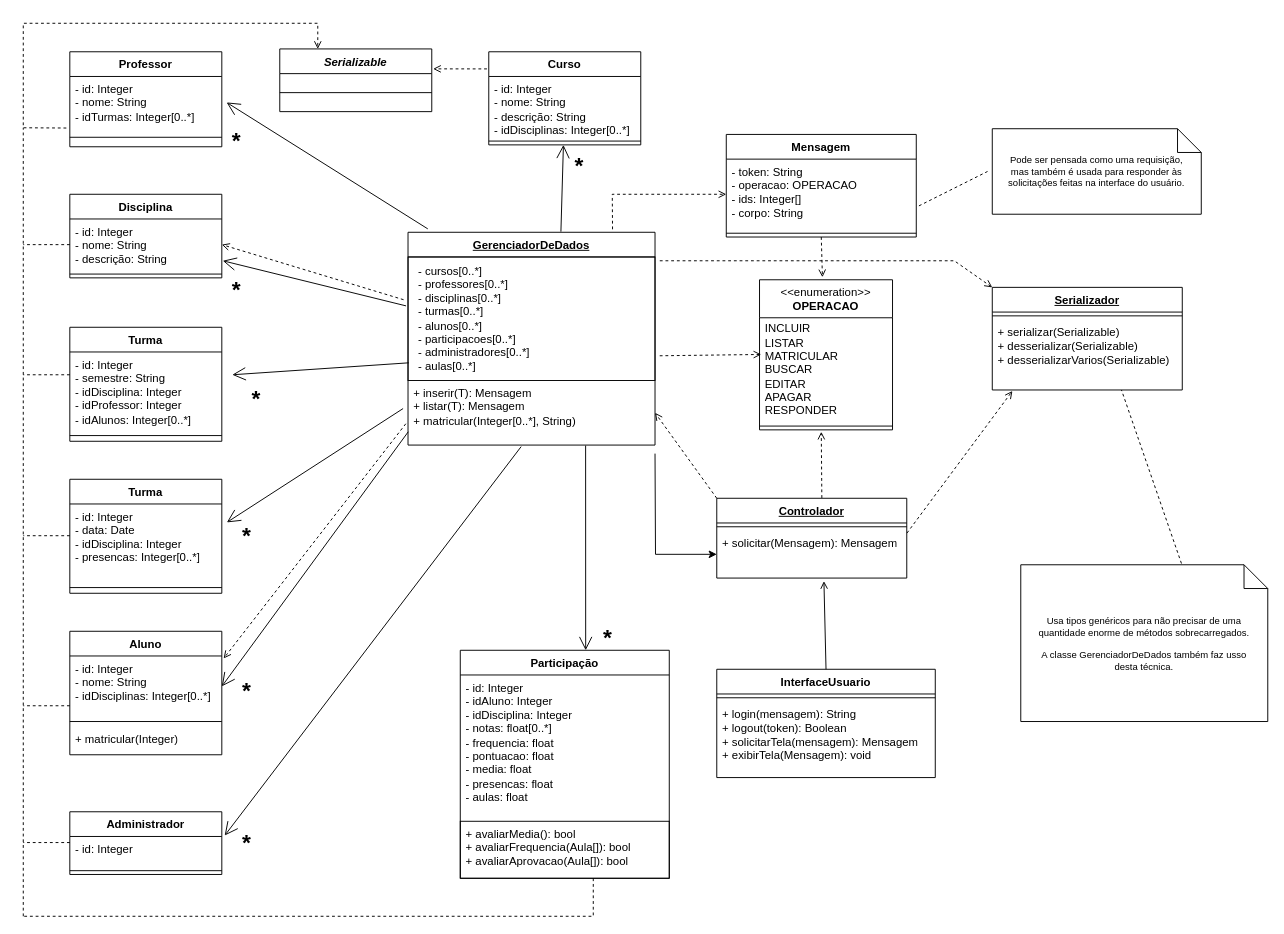
The draw.io diagram docs/entrega/02/escola.drawio in jultty/aps-escola, before the edit. Source tidied: cells renumbered, new cells numbered last; positions are measured from the earlier drawing's top-left corner, leaving out a move shared by most shapes. Both pictures are drawn from the tidied source at 95%, with x=0, y=0 at pixel (23, 23).
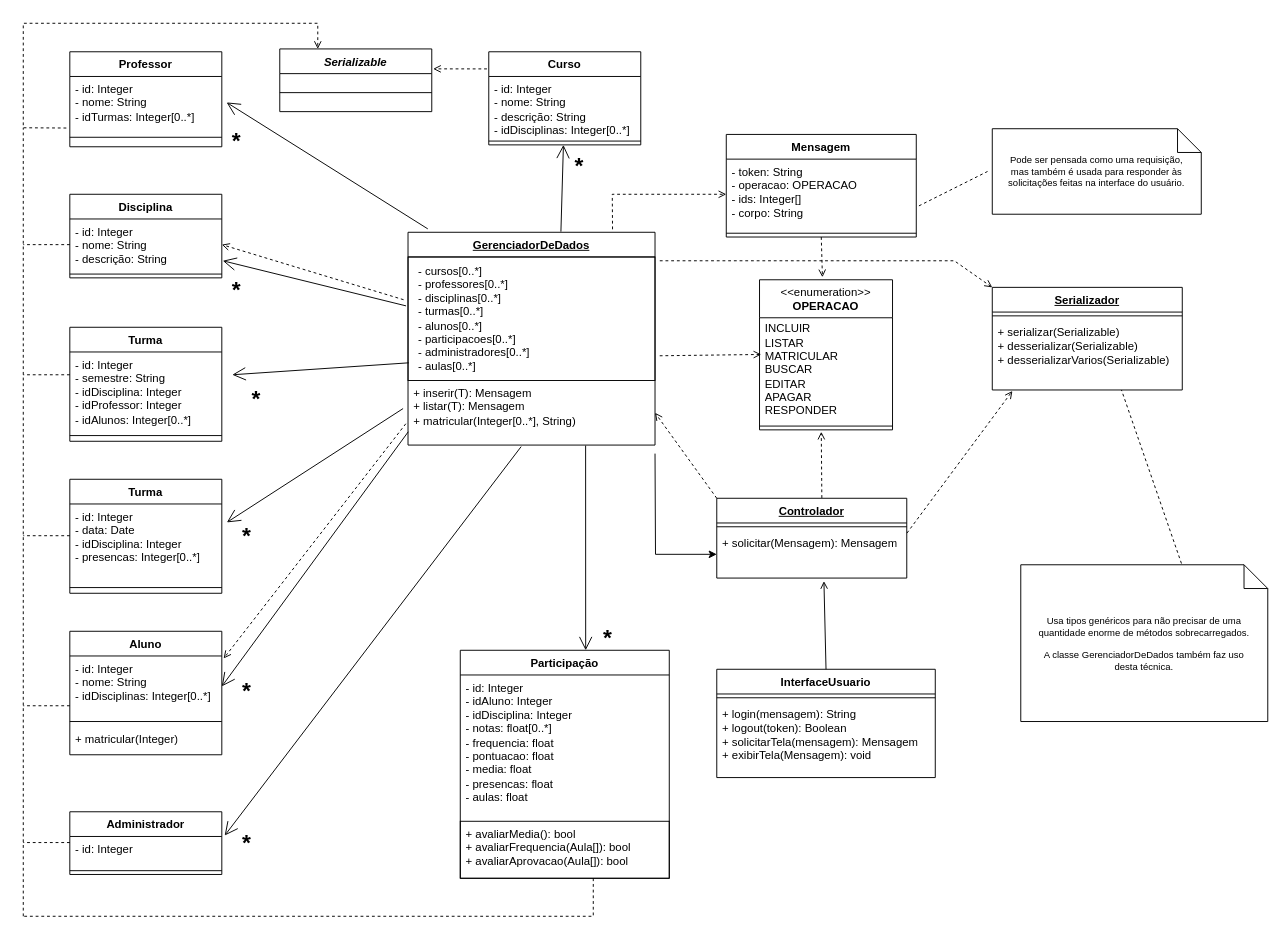
The same page after the edit.

Change to the diagram source:
```diff
@@
-    <mxCell id="85" value="&lt;blockquote style=&quot;margin: 0 0 0 40px; border: none; padding: 0px;&quot;&gt;&lt;/blockquote&gt;&lt;blockquote style=&quot;margin: 0 0 0 40px; border: none; padding: 0px;&quot;&gt;&lt;/blockquote&gt;&lt;span style=&quot;background-color: initial; font-size: 10px;&quot;&gt;&lt;div style=&quot;&quot;&gt;Usa tipos genéricos para não precisar de uma quantidade enorme de métodos sobrecarregados.&lt;/div&gt;&lt;div style=&quot;&quot;&gt;&lt;br&gt;&lt;/div&gt;&lt;div style=&quot;&quot;&gt;&lt;span style=&quot;background-color: initial;&quot;&gt;A classe GerenciadorDeDados também faz usso desta técnica.&lt;/span&gt;&lt;br&gt;&lt;/div&gt;&lt;/span&gt;&lt;blockquote style=&quot;margin: 0 0 0 40px; border: none; padding: 0px;&quot;&gt;&lt;/blockquote&gt;&lt;blockquote style=&quot;margin: 0 0 0 40px; border: none; padding: 0px;&quot;&gt;&lt;/blockquote&gt;" style="shape=note2;boundedLbl=1;whiteSpace=wrap;html=1;size=25;verticalAlign=middle;align=center;perimeterSpacing=5;spacing=13;" parent="1" vertex="1">
+    <mxCell id="85" value="&lt;blockquote style=&quot;margin: 0 0 0 40px; border: none; padding: 0px;&quot;&gt;&lt;/blockquote&gt;&lt;blockquote style=&quot;margin: 0 0 0 40px; border: none; padding: 0px;&quot;&gt;&lt;/blockquote&gt;&lt;span style=&quot;background-color: initial; font-size: 10px;&quot;&gt;&lt;div style=&quot;&quot;&gt;Usa tipos genéricos para não precisar de uma quantidade enorme de métodos sobrecarregados.&lt;/div&gt;&lt;div style=&quot;&quot;&gt;&lt;br&gt;&lt;/div&gt;&lt;div style=&quot;&quot;&gt;&lt;span style=&quot;background-color: initial;&quot;&gt;A classe GerenciadorDeDados também faz uso desta técnica.&lt;/span&gt;&lt;br&gt;&lt;/div&gt;&lt;/span&gt;&lt;blockquote style=&quot;margin: 0 0 0 40px; border: none; padding: 0px;&quot;&gt;&lt;/blockquote&gt;&lt;blockquote style=&quot;margin: 0 0 0 40px; border: none; padding: 0px;&quot;&gt;&lt;/blockquote&gt;" style="shape=note2;boundedLbl=1;whiteSpace=wrap;html=1;size=25;verticalAlign=middle;align=center;perimeterSpacing=5;spacing=13;" parent="1" vertex="1">
       <mxGeometry x="1050" y="570" width="260" height="165" as="geometry" />
     </mxCell>
```
